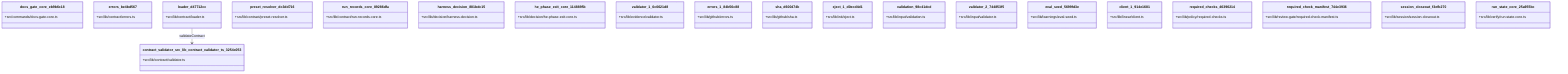
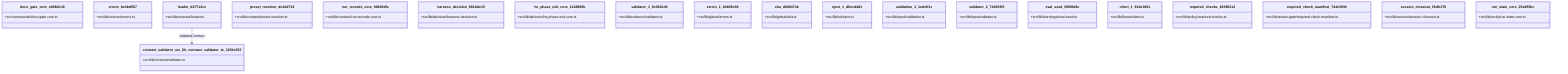
classDiagram
  class docs_gate_core_eb9b6c18 {
    +src/commands/docs-gate-core.ts
  }
  class errors_be4bd567 {
    +src/lib/contract/errors.ts
  }
  class loader_d47712cc {
    +src/lib/contract/loader.ts
  }
  class preset_resolver_dc3dd716 {
    +src/lib/contract/preset-resolver.ts
  }
  class run_records_core_89286dfa {
    +src/lib/contract/run-records-core.ts
  }
  class harness_decision_881bdc15 {
    +src/lib/decision/harness-decision.ts
  }
  class he_phase_exit_core_1148895b {
    +src/lib/decision/he-phase-exit-core.ts
  }
  class validator_1_0c0621d8 {
    +src/lib/evidence/validator.ts
  }
  class errors_1_84b56c88 {
    +src/lib/github/errors.ts
  }
  class sha_d600474b {
    +src/lib/github/sha.ts
  }
  class eject_1_d0ecd4d1 {
    +src/lib/init/eject.ts
  }
-   class validation_98c41dcd {
+   class validation_1_1edcff1c {
    +src/lib/input/validation.ts
  }
  class validator_2_744853f5 {
    +src/lib/input/validator.ts
  }
  class eval_seed_5699fd3e {
    +src/lib/learnings/eval-seed.ts
  }
  class client_1_914e1681 {
    +src/lib/linear/client.ts
  }
  class required_checks_46396214 {
    +src/lib/policy/required-checks.ts
  }
  class required_check_manifest_744e3936 {
    +src/lib/review-gate/required-check-manifest.ts
  }
  class session_closeout_f3efb270 {
    +src/lib/session/session-closeout.ts
  }
  class run_state_core_25a955bc {
    +src/lib/verify/run-state-core.ts
  }
  class contract_validator_src_lib_contract_validator_ts_3254c053 {
    +src/lib/contract/validator.ts
  }
  loader_d47712cc --> contract_validator_src_lib_contract_validator_ts_3254c053 : validateContract
